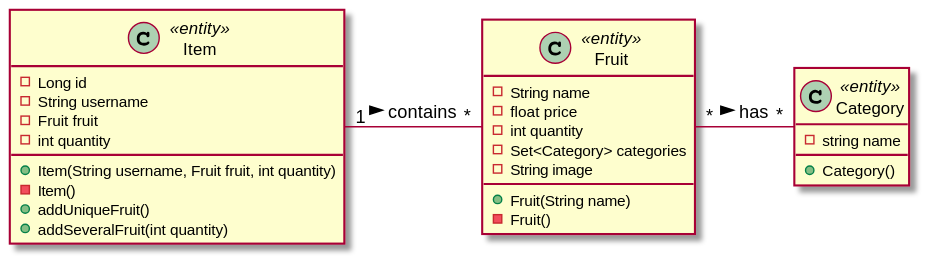
Before: documentation/CD/CD.svg, a diagram exported from PlantUML (EmmanuelJanssens/AMT_2021).
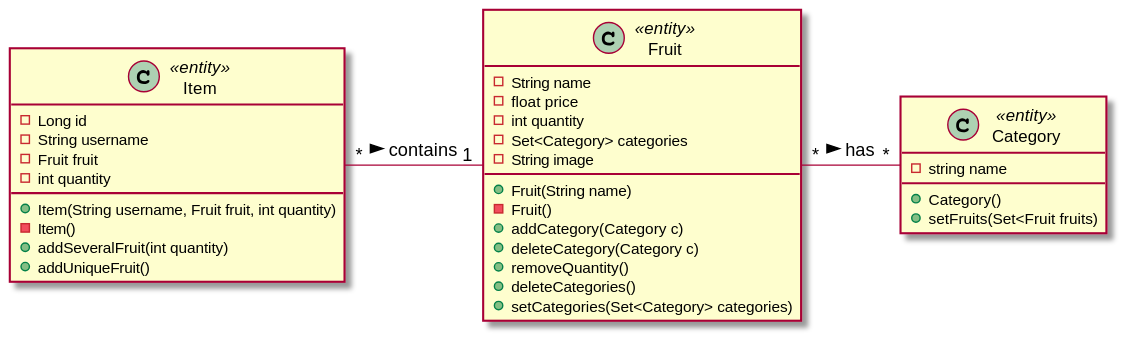
After the change.

The edit, as a diff of the source:
```diff
@@ -8,6 +8,11 @@
 -String image
 +Fruit(String name)
 -Fruit()
++addCategory(Category c)
++deleteCategory(Category c)
++removeQuantity()
++deleteCategories()
++setCategories(Set<Category> categories)
 }
 class Item <<entity>>{
 -Long id
@@ -16,17 +21,17 @@
 -int quantity
 +Item(String username, Fruit fruit, int quantity)
 -Item()
++addSeveralFruit(int quantity)
 +addUniqueFruit()
-+addSeveralFruit(int quantity)
-
 
 }
 class Category <<entity>>{
 -string name
 +Category()
++setFruits(Set<Fruit fruits)
 }
 
 
-Item "1"- "*" Fruit : contains >
+Item "*"- "1" Fruit : contains >
 Fruit "*"- "*" Category : has >
 @enduml
```
